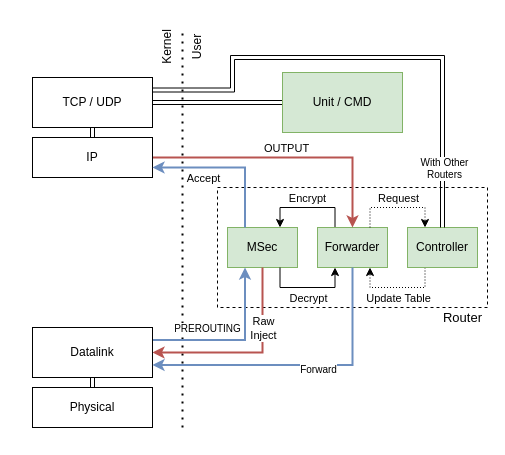
This is docs/figures/net_stack.drawio from mido3ds/C4IAN, a draw.io file, before an edit. Source tidied: cells renumbered, new cells numbered last; positions are measured from the earlier drawing's top-left corner, leaving out a move shared by most shapes. Both pictures are drawn from the tidied source at 100%, with x=0, y=0 at pixel (32, 27).
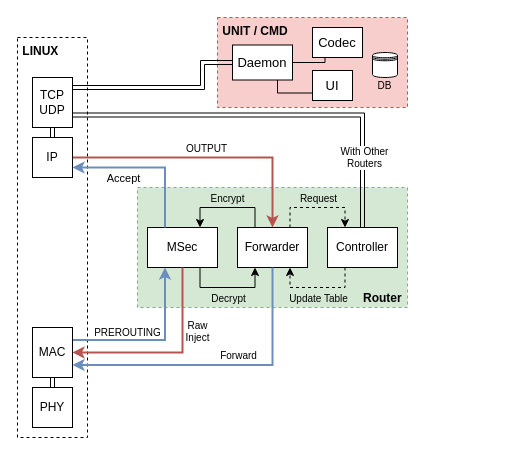
The same page after the edit.

Commit message (it also covers changes not shown here):
net stack is clearer

The change refers to these unchanged cells:
```xml
<mxCell id="6" style="edgeStyle=orthogonalEdgeStyle;rounded=0;jettySize=auto;html=1;exitX=0.25;exitY=0;exitDx=0;exitDy=0;entryX=0.75;entryY=0;entryDx=0;entryDy=0;startArrow=none;startFill=0;endArrow=classic;endFill=1;fontColor=#FFD966;" parent="3" edge="1" source="8" target="5">
  <mxGeometry relative="1" as="geometry" />
</mxCell>
<mxCell id="9" style="edgeStyle=orthogonalEdgeStyle;rounded=0;jettySize=auto;html=1;exitX=0.75;exitY=1;exitDx=0;exitDy=0;entryX=0.25;entryY=1;entryDx=0;entryDy=0;startArrow=none;startFill=0;endArrow=classic;endFill=1;fontColor=#FFD966;" parent="3" edge="1" source="5" target="8">
  <mxGeometry relative="1" as="geometry" />
</mxCell>
<mxCell id="23" style="edgeStyle=orthogonalEdgeStyle;rounded=0;jettySize=auto;html=1;exitX=0.5;exitY=1;exitDx=0;exitDy=0;entryX=1;entryY=0.5;entryDx=0;entryDy=0;fillColor=#f8cecc;strokeColor=#b85450;strokeWidth=2;" parent="1" edge="1" source="5" target="30">
  <mxGeometry relative="1" as="geometry" />
</mxCell>
<mxCell id="27" style="edgeStyle=orthogonalEdgeStyle;rounded=0;jettySize=auto;html=1;exitX=1;exitY=0.25;exitDx=0;exitDy=0;entryX=0.25;entryY=1;entryDx=0;entryDy=0;fillColor=#dae8fc;strokeColor=#6c8ebf;endArrow=classic;endFill=1;strokeWidth=2;" parent="1" edge="1" source="30" target="5">
  <mxGeometry relative="1" as="geometry" />
</mxCell>
<mxCell id="34" style="edgeStyle=orthogonalEdgeStyle;rounded=0;jettySize=auto;html=1;exitX=0.5;exitY=1;exitDx=0;exitDy=0;entryX=1;entryY=0.75;entryDx=0;entryDy=0;startArrow=none;startFill=0;endArrow=classic;endFill=1;fontSize=10;fontColor=#000000;fillColor=#dae8fc;strokeColor=#6c8ebf;strokeWidth=2;" parent="1" edge="1" source="8" target="30">
  <mxGeometry relative="1" as="geometry" />
</mxCell>
```

Change to the diagram source:
```diff
@@
-    <mxCell id="2" style="endArrow=none;dashed=1;html=1;dashPattern=1 3;strokeWidth=2;fontColor=#FFD966;" parent="1" edge="1">
-      <mxGeometry relative="1" as="geometry">
-        <mxPoint x="150" y="400" as="sourcePoint" />
-        <mxPoint x="150" as="targetPoint" />
-      </mxGeometry>
-    </mxCell>
+    <mxCell id="17" value="&amp;nbsp;UNIT / CMD" style="rounded=0;whiteSpace=wrap;html=1;fillColor=#f8cecc;strokeColor=#b85450;verticalAlign=top;align=left;dashed=1;fontStyle=1;fontSize=12;" parent="1" vertex="1">
+      <mxGeometry x="185" y="-10" width="190" height="90" as="geometry" />
+    </mxCell>
+    <mxCell id="39" value="&amp;nbsp;LINUX" style="rounded=0;whiteSpace=wrap;html=1;dashed=1;labelBackgroundColor=#ffffff;fontSize=12;fontColor=#000000;align=left;verticalAlign=top;fontStyle=1;" parent="1" vertex="1">
+      <mxGeometry x="-15" y="10" width="70" height="400" as="geometry" />
+    </mxCell>
-    <mxCell id="3" style="group;" parent="1" vertex="1">
-      <mxGeometry x="185" y="160" width="270" height="120" as="geometry" />
+    <mxCell id="3" style="group;fontSize=12;" parent="1" vertex="1">
+      <mxGeometry x="105" y="160" width="270" height="120" as="geometry" />
     </mxCell>
-    <mxCell id="4" style="rounded=0;whiteSpace=wrap;html=1;labelBackgroundColor=none;fontColor=#FFD966;dashed=1;" parent="3" vertex="1">
+    <mxCell id="4" value="&lt;font size=&quot;1&quot;&gt;&lt;b style=&quot;font-size: 12px&quot;&gt;Router&amp;nbsp;&lt;/b&gt;&lt;/font&gt;" style="rounded=0;whiteSpace=wrap;html=1;labelBackgroundColor=none;dashed=1;fillColor=#d5e8d4;strokeColor=#82b366;align=right;verticalAlign=bottom;" parent="3" vertex="1">
       <mxGeometry width="270" height="120" as="geometry" />
     </mxCell>
-    <mxCell id="5" value="MSec" style="rounded=0;whiteSpace=wrap;html=1;fillColor=#d5e8d4;strokeColor=#82b366;" parent="3" vertex="1">
+    <mxCell id="5" value="MSec" style="rounded=0;whiteSpace=wrap;html=1;" parent="3" vertex="1">
       <mxGeometry x="10" y="40" width="70" height="40" as="geometry" />
     </mxCell>
@@
-    <mxCell id="7" value="&lt;font color=&quot;#000000&quot;&gt;Encrypt&lt;/font&gt;" style="edgeLabel;html=1;align=center;verticalAlign=middle;fontColor=#FFD966;" parent="6" vertex="1">
+    <mxCell id="7" value="&lt;font style=&quot;font-size: 10px;&quot;&gt;Encrypt&lt;/font&gt;" style="edgeLabel;html=1;align=center;verticalAlign=middle;labelBackgroundColor=none;fontSize=10;" parent="6" vertex="1">
       <mxGeometry x="-0.29" y="3" relative="1" as="geometry">
         <mxPoint x="-13.7" y="-13" as="offset" />
       </mxGeometry>
     </mxCell>
-    <mxCell id="8" value="Forwarder" style="rounded=0;whiteSpace=wrap;html=1;fillColor=#d5e8d4;strokeColor=#82b366;" parent="3" vertex="1">
+    <mxCell id="8" value="Forwarder" style="rounded=0;whiteSpace=wrap;html=1;" parent="3" vertex="1">
       <mxGeometry x="100" y="40" width="70" height="40" as="geometry" />
     </mxCell>
@@
-    <mxCell id="10" value="&lt;font color=&quot;#000000&quot;&gt;Decrypt&lt;/font&gt;" style="edgeLabel;html=1;align=center;verticalAlign=middle;fontColor=#FFD966;" parent="9" vertex="1">
+    <mxCell id="10" value="&lt;font color=&quot;#000000&quot; style=&quot;font-size: 10px;&quot;&gt;Decrypt&lt;/font&gt;" style="edgeLabel;html=1;align=center;verticalAlign=middle;fontColor=#FFD966;labelBackgroundColor=none;fontSize=10;" parent="9" vertex="1">
       <mxGeometry x="-0.2" y="-2" relative="1" as="geometry">
         <mxPoint x="9.6" y="8" as="offset" />
       </mxGeometry>
     </mxCell>
-    <mxCell id="11" style="edgeStyle=orthogonalEdgeStyle;rounded=0;jettySize=auto;html=1;exitX=0.25;exitY=1;exitDx=0;exitDy=0;entryX=0.75;entryY=1;entryDx=0;entryDy=0;startArrow=none;startFill=0;endArrow=classic;endFill=1;fontColor=#000000;dashed=1;dashPattern=1 2;" parent="3" edge="1" source="13" target="8">
+    <mxCell id="11" style="edgeStyle=orthogonalEdgeStyle;rounded=0;jettySize=auto;html=1;exitX=0.25;exitY=1;exitDx=0;exitDy=0;entryX=0.75;entryY=1;entryDx=0;entryDy=0;startArrow=none;startFill=0;endArrow=classic;endFill=1;fontColor=#000000;dashed=1;" parent="3" edge="1" source="13" target="8">
       <mxGeometry relative="1" as="geometry" />
     </mxCell>
-    <mxCell id="12" value="Update Table" style="edgeLabel;html=1;align=center;verticalAlign=middle;fontColor=#000000;labelBackgroundColor=none;" parent="11" vertex="1">
+    <mxCell id="12" value="Update Table" style="edgeLabel;html=1;align=center;verticalAlign=middle;fontColor=#000000;labelBackgroundColor=none;fontSize=10;" parent="11" vertex="1">
       <mxGeometry x="0.25" relative="1" as="geometry">
         <mxPoint x="11.8" y="10" as="offset" />
       </mxGeometry>
     </mxCell>
-    <mxCell id="13" value="Controller" style="rounded=0;whiteSpace=wrap;html=1;fillColor=#d5e8d4;strokeColor=#82b366;" parent="3" vertex="1">
+    <mxCell id="13" value="Controller" style="rounded=0;whiteSpace=wrap;html=1;" parent="3" vertex="1">
       <mxGeometry x="190" y="40" width="70" height="40" as="geometry" />
     </mxCell>
-    <mxCell id="14" style="edgeStyle=orthogonalEdgeStyle;rounded=0;jettySize=auto;html=1;exitX=0.75;exitY=0;exitDx=0;exitDy=0;entryX=0.25;entryY=0;entryDx=0;entryDy=0;startArrow=none;startFill=0;endArrow=classic;endFill=1;fontColor=#FFD966;dashed=1;dashPattern=1 2;" parent="3" edge="1" source="8" target="13">
+    <mxCell id="14" style="edgeStyle=orthogonalEdgeStyle;rounded=0;jettySize=auto;html=1;exitX=0.75;exitY=0;exitDx=0;exitDy=0;entryX=0.25;entryY=0;entryDx=0;entryDy=0;startArrow=none;startFill=0;endArrow=classic;endFill=1;fontColor=#FFD966;dashed=1;" parent="3" edge="1" source="8" target="13">
       <mxGeometry relative="1" as="geometry" />
     </mxCell>
-    <mxCell id="15" value="Request" style="edgeLabel;html=1;align=center;verticalAlign=middle;" parent="14" vertex="1">
+    <mxCell id="15" value="Request" style="edgeLabel;html=1;align=center;verticalAlign=middle;labelBackgroundColor=none;fontSize=10;" parent="14" vertex="1">
       <mxGeometry x="-0.2" y="-1" relative="1" as="geometry">
         <mxPoint x="9.6" y="-11" as="offset" />
       </mxGeometry>
     </mxCell>
-    <mxCell id="16" style="edgeStyle=orthogonalEdgeStyle;rounded=0;jettySize=auto;html=1;exitX=0;exitY=0.5;exitDx=0;exitDy=0;entryX=1;entryY=0.5;entryDx=0;entryDy=0;startArrow=classic;startFill=1;endArrow=classic;endFill=1;fontSize=10;fontColor=#000000;shape=link;" parent="1" edge="1" source="17" target="19">
-      <mxGeometry relative="1" as="geometry" />
+    <mxCell id="16" style="edgeStyle=orthogonalEdgeStyle;rounded=0;jettySize=auto;html=1;exitX=0;exitY=0.5;exitDx=0;exitDy=0;startArrow=classic;startFill=1;endArrow=classic;endFill=1;fontSize=10;fontColor=#000000;shape=link;" parent="1" edge="1" source="40">
+      <mxGeometry relative="1" as="geometry">
+        <mxPoint x="40" y="60" as="targetPoint" />
+        <Array as="points">
+          <mxPoint x="170" y="35" />
+          <mxPoint x="170" y="60" />
+        </Array>
+      </mxGeometry>
     </mxCell>
-    <mxCell id="17" value="Unit / CMD" style="rounded=0;whiteSpace=wrap;html=1;fillColor=#d5e8d4;strokeColor=#82b366;" parent="1" vertex="1">
-      <mxGeometry x="250" y="45" width="120" height="60" as="geometry" />
-    </mxCell>
@@
-    <mxCell id="19" value="TCP / UDP" style="rounded=0;whiteSpace=wrap;html=1;" parent="1" vertex="1">
-      <mxGeometry y="50" width="120" height="50" as="geometry" />
+    <mxCell id="19" value="TCP&lt;br&gt;UDP" style="rounded=0;whiteSpace=wrap;html=1;" parent="1" vertex="1">
+      <mxGeometry y="50" width="40" height="50" as="geometry" />
     </mxCell>
     <mxCell id="20" style="edgeStyle=orthogonalEdgeStyle;rounded=0;jettySize=auto;html=1;exitX=1;exitY=0.5;exitDx=0;exitDy=0;entryX=0.5;entryY=0;entryDx=0;entryDy=0;fillColor=#f8cecc;strokeColor=#b85450;endArrow=classic;endFill=1;strokeWidth=2;" parent="1" edge="1" source="22" target="8">
       <mxGeometry relative="1" as="geometry">
         <Array as="points">
-          <mxPoint x="320" y="130" />
+          <mxPoint x="240" y="130" />
         </Array>
       </mxGeometry>
     </mxCell>
-    <mxCell id="21" value="OUTPUT" style="edgeLabel;html=1;align=center;verticalAlign=middle;labelBackgroundColor=#ffffff;" parent="20" vertex="1">
+    <mxCell id="21" value="OUTPUT" style="edgeLabel;html=1;align=center;verticalAlign=middle;labelBackgroundColor=#ffffff;fontSize=10;" parent="20" vertex="1">
       <mxGeometry x="0.04" y="1" relative="1" as="geometry">
         <mxPoint x="-6.2" y="-9" as="offset" />
       </mxGeometry>
     </mxCell>
     <mxCell id="22" value="IP" style="rounded=0;whiteSpace=wrap;html=1;" parent="1" vertex="1">
-      <mxGeometry y="110" width="120" height="40" as="geometry" />
+      <mxGeometry y="110" width="40" height="40" as="geometry" />
     </mxCell>
@@
-    <mxCell id="24" value="Raw&lt;br&gt;Inject" style="edgeLabel;html=1;align=center;verticalAlign=middle;labelBackgroundColor=#ffffff;" parent="23" vertex="1">
+    <mxCell id="24" value="Raw&lt;br style=&quot;font-size: 10px;&quot;&gt;Inject" style="edgeLabel;html=1;align=center;verticalAlign=middle;labelBackgroundColor=#ffffff;fontSize=10;" parent="23" vertex="1">
       <mxGeometry x="-0.48" y="-23" relative="1" as="geometry">
-        <mxPoint x="23" y="9" as="offset" />
+        <mxPoint x="37" y="12" as="offset" />
       </mxGeometry>
     </mxCell>
@@
     <mxCell id="28" value="PREROUTING" style="edgeLabel;html=1;align=center;verticalAlign=middle;labelBackgroundColor=#ffffff;fontSize=10;" parent="27" vertex="1">
       <mxGeometry x="-0.11" y="-1" relative="1" as="geometry">
-        <mxPoint x="-19" y="-13.5" as="offset" />
+        <mxPoint x="-19" y="-9.5" as="offset" />
       </mxGeometry>
     </mxCell>
@@
-    <mxCell id="30" value="Datalink" style="rounded=0;whiteSpace=wrap;html=1;" parent="1" vertex="1">
-      <mxGeometry y="300" width="120" height="50" as="geometry" />
+    <mxCell id="30" value="MAC" style="rounded=0;whiteSpace=wrap;html=1;" parent="1" vertex="1">
+      <mxGeometry y="300" width="40" height="50" as="geometry" />
     </mxCell>
-    <mxCell id="31" value="Physical" style="rounded=0;whiteSpace=wrap;html=1;" parent="1" vertex="1">
-      <mxGeometry y="360" width="120" height="40" as="geometry" />
+    <mxCell id="31" value="PHY" style="rounded=0;whiteSpace=wrap;html=1;" parent="1" vertex="1">
+      <mxGeometry y="360" width="40" height="40" as="geometry" />
     </mxCell>
-    <mxCell id="32" value="&lt;font color=&quot;#000000&quot;&gt;User&lt;/font&gt;" style="text;html=1;align=center;verticalAlign=middle;fontColor=#FFD966;rotation=270;" parent="1" vertex="1">
-      <mxGeometry x="145" y="10" width="40" height="20" as="geometry" />
-    </mxCell>
-    <mxCell id="33" value="&lt;font color=&quot;#000000&quot;&gt;Kernel&lt;/font&gt;" style="text;html=1;align=center;verticalAlign=middle;fontColor=#FFD966;rotation=270;" parent="1" vertex="1">
-      <mxGeometry x="110" y="10" width="50" height="20" as="geometry" />
-    </mxCell>
@@
     <mxCell id="35" value="Forward" style="edgeLabel;html=1;align=center;verticalAlign=middle;fontSize=10;fontColor=#000000;" parent="34" vertex="1">
       <mxGeometry x="-0.48" y="-2" relative="1" as="geometry">
-        <mxPoint x="-33" y="24.8" as="offset" />
+        <mxPoint x="-33" y="10.8" as="offset" />
       </mxGeometry>
     </mxCell>
-    <mxCell id="36" style="edgeStyle=orthogonalEdgeStyle;rounded=0;jumpStyle=none;jettySize=auto;html=1;exitX=0.5;exitY=0;exitDx=0;exitDy=0;startArrow=classic;startFill=1;endArrow=classic;endFill=1;strokeWidth=1;fontSize=10;fontColor=#000000;shape=link;entryX=1;entryY=0.25;entryDx=0;entryDy=0;" parent="1" edge="1" source="13" target="19">
+    <mxCell id="36" style="edgeStyle=orthogonalEdgeStyle;rounded=0;jumpStyle=none;jettySize=auto;html=1;exitX=0.5;exitY=0;exitDx=0;exitDy=0;startArrow=classic;startFill=1;endArrow=classic;endFill=1;strokeWidth=1;fontSize=10;fontColor=#000000;shape=link;entryX=1;entryY=0.75;entryDx=0;entryDy=0;" parent="1" edge="1" source="13" target="19">
       <mxGeometry relative="1" as="geometry">
         <Array as="points">
-          <mxPoint x="410" y="30" />
-          <mxPoint x="200" y="30" />
-          <mxPoint x="200" y="63" />
-          <mxPoint x="120" y="63" />
+          <mxPoint x="330" y="88" />
+          <mxPoint x="40" y="88" />
         </Array>
       </mxGeometry>
     </mxCell>
     <mxCell id="37" value="With Other&lt;br&gt;Routers" style="edgeLabel;html=1;align=center;verticalAlign=middle;fontSize=10;fontColor=#000000;" parent="36" vertex="1">
       <mxGeometry x="0.14" relative="1" as="geometry">
-        <mxPoint x="112.1" y="110" as="offset" />
+        <mxPoint x="118.4" y="42" as="offset" />
       </mxGeometry>
     </mxCell>
-    <mxCell id="38" value="Router" style="text;html=1;align=center;verticalAlign=middle;fontSize=13;fontColor=#000000;" parent="1" vertex="1">
-      <mxGeometry x="405" y="280" width="50" height="20" as="geometry" />
-    </mxCell>
+    <mxCell id="40" value="Daemon" style="rounded=0;whiteSpace=wrap;html=1;labelBackgroundColor=#ffffff;fontSize=13;fontColor=#000000;align=center;" parent="1" vertex="1">
+      <mxGeometry x="200" y="17.5" width="60" height="35" as="geometry" />
+    </mxCell>
+    <mxCell id="41" style="edgeStyle=orthogonalEdgeStyle;rounded=0;jumpStyle=none;jettySize=auto;html=1;exitX=1;exitY=0.25;exitDx=0;exitDy=0;entryX=0.75;entryY=1;entryDx=0;entryDy=0;startArrow=none;startFill=0;endArrow=none;endFill=0;strokeWidth=1;fontSize=13;fontColor=#000000;" parent="1" edge="1" source="42" target="40">
+      <mxGeometry relative="1" as="geometry" />
+    </mxCell>
+    <mxCell id="42" value="UI" style="whiteSpace=wrap;html=1;rounded=0;labelBackgroundColor=#ffffff;fontSize=13;fontColor=#000000;align=center;direction=west;horizontal=1;" parent="1" vertex="1">
+      <mxGeometry x="280" y="43" width="40" height="30" as="geometry" />
+    </mxCell>
+    <mxCell id="43" style="edgeStyle=orthogonalEdgeStyle;rounded=0;jumpStyle=none;jettySize=auto;html=1;exitX=0.75;exitY=0;exitDx=0;exitDy=0;entryX=1;entryY=0.5;entryDx=0;entryDy=0;startArrow=none;startFill=0;endArrow=none;endFill=0;strokeWidth=1;fontSize=13;fontColor=#000000;" parent="1" edge="1" source="44" target="40">
+      <mxGeometry relative="1" as="geometry">
+        <Array as="points">
+          <mxPoint x="292" y="35" />
+        </Array>
+      </mxGeometry>
+    </mxCell>
+    <mxCell id="44" value="Codec" style="whiteSpace=wrap;html=1;rounded=0;labelBackgroundColor=#ffffff;fontSize=13;fontColor=#000000;align=center;direction=west;horizontal=1;" parent="1" vertex="1">
+      <mxGeometry x="280" width="50" height="30" as="geometry" />
+    </mxCell>
+    <mxCell id="45" value="&lt;font style=&quot;font-size: 10px&quot;&gt;DB&lt;/font&gt;" style="shape=datastore;whiteSpace=wrap;html=1;rounded=0;labelBackgroundColor=none;fontSize=12;fontColor=#000000;align=center;verticalAlign=middle;labelPosition=center;verticalLabelPosition=bottom;horizontal=1;spacingTop=-10;" parent="1" vertex="1">
+      <mxGeometry x="340" y="25" width="25" height="25" as="geometry" />
+    </mxCell>
```
